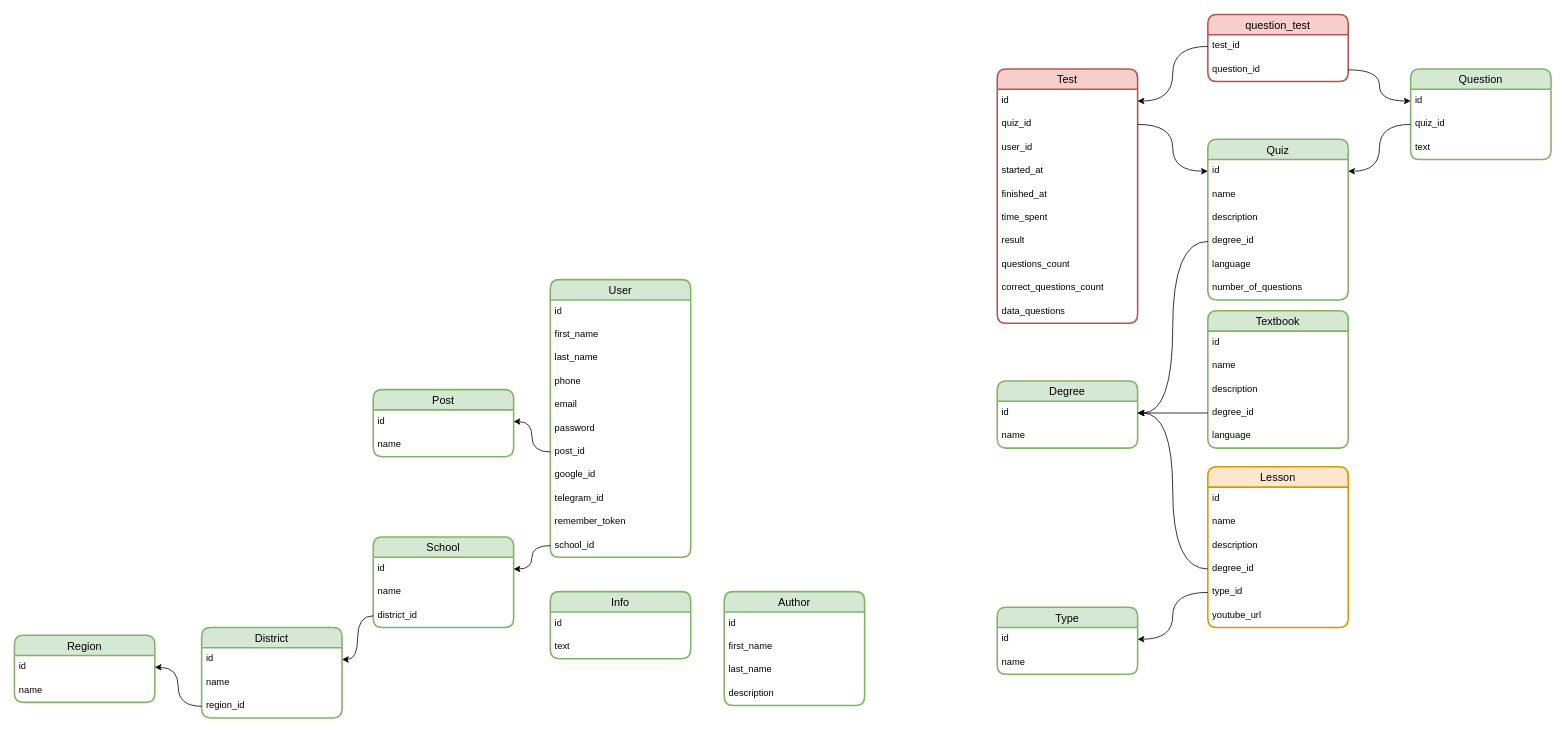
Above: karsoft-learn-platform.drawio in iztileuoff/databases (draw.io), before the change. Source tidied: cells renumbered, new cells numbered last; positions are measured from the earlier drawing's top-left corner, leaving out a move shared by most shapes. Both pictures are drawn from the tidied source at 78%, with x=0, y=0 at pixel (14, 14).
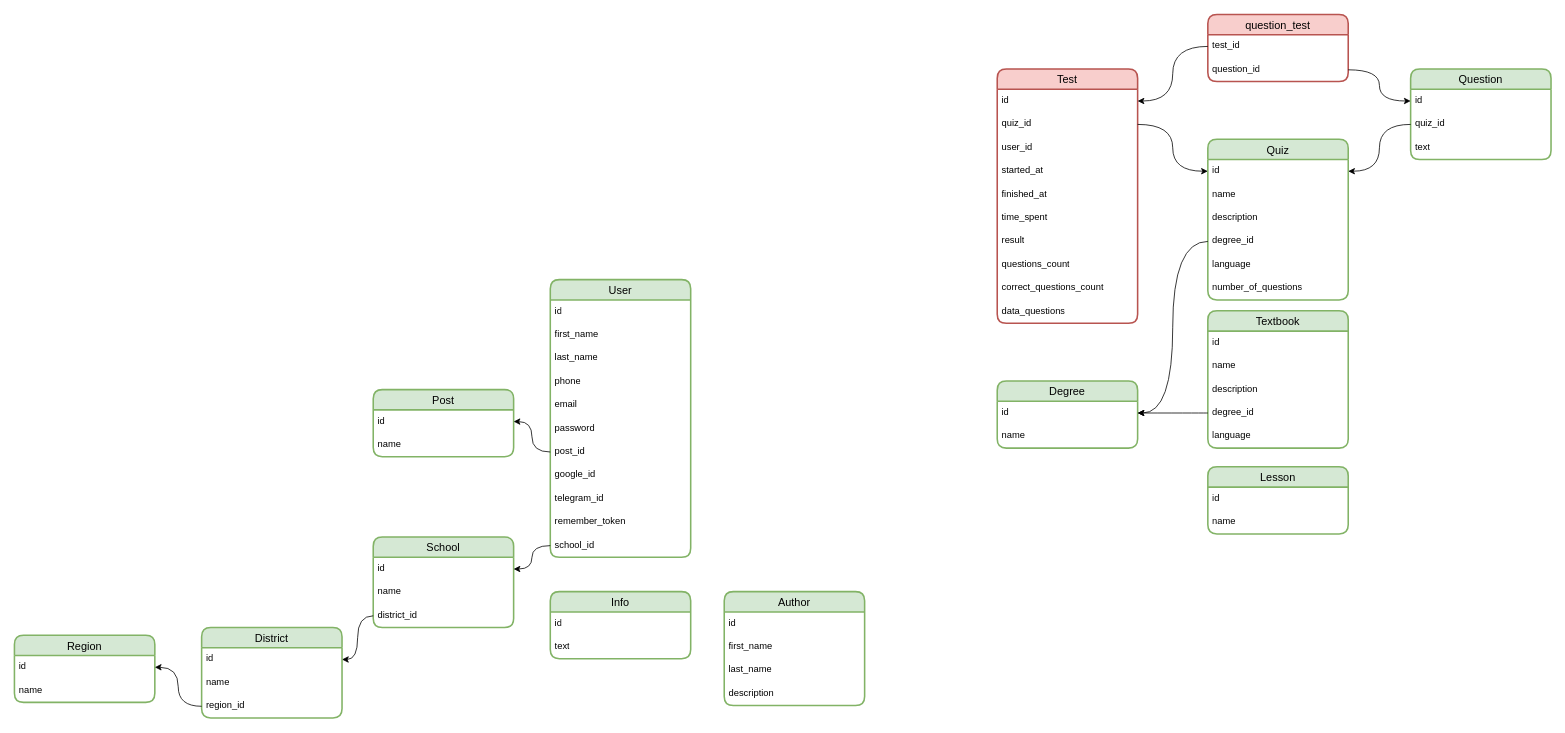
The same diagram, later.

Unchanged cells that the change refers to:
```xml
<mxCell id="63" value="id" style="text;strokeColor=none;fillColor=none;spacingLeft=4;spacingRight=4;overflow=hidden;points=[[0,0.5],[1,0.5]];portConstraint=eastwest;fontSize=12;whiteSpace=wrap;html=1;" parent="62" vertex="1">
  <mxGeometry y="26" width="180" height="30" as="geometry" />
</mxCell>
```

Diff of the diagram source:
```diff
@@
-    <mxCell id="52" value="Lesson" style="swimlane;fontStyle=0;horizontal=1;startSize=26;align=center;fontSize=14;strokeWidth=2;rounded=1;shadow=0;glass=0;swimlaneLine=1;labelBackgroundColor=none;labelBorderColor=none;textShadow=0;fillColor=#ffe6cc;strokeColor=#d79b00;" parent="1" vertex="1">
-      <mxGeometry x="1530" y="580" width="180" height="206" as="geometry" />
+    <mxCell id="52" value="Lesson" style="swimlane;fontStyle=0;horizontal=1;startSize=26;align=center;fontSize=14;strokeWidth=2;rounded=1;shadow=0;glass=0;swimlaneLine=1;labelBackgroundColor=none;labelBorderColor=none;textShadow=0;fillColor=#d5e8d4;strokeColor=#82b366;" parent="1" vertex="1">
+      <mxGeometry x="1530" y="580" width="180" height="86" as="geometry" />
     </mxCell>
@@
-    <mxCell id="55" value="description" style="text;strokeColor=none;fillColor=none;spacingLeft=4;spacingRight=4;overflow=hidden;fontSize=12;whiteSpace=wrap;html=1;" parent="52" vertex="1">
-      <mxGeometry y="86" width="180" height="30" as="geometry" />
-    </mxCell>
-    <mxCell id="56" value="degree_id" style="text;strokeColor=none;fillColor=none;spacingLeft=4;spacingRight=4;overflow=hidden;points=[[0,0.5],[1,0.5]];portConstraint=eastwest;fontSize=12;whiteSpace=wrap;html=1;" parent="52" vertex="1">
-      <mxGeometry y="116" width="180" height="30" as="geometry" />
-    </mxCell>
-    <mxCell id="57" value="type_id" style="text;strokeColor=none;fillColor=none;spacingLeft=4;spacingRight=4;overflow=hidden;points=[[0,0.5],[1,0.5]];portConstraint=eastwest;fontSize=12;whiteSpace=wrap;html=1;" parent="52" vertex="1">
-      <mxGeometry y="146" width="180" height="30" as="geometry" />
-    </mxCell>
-    <mxCell id="58" value="youtube_url" style="text;strokeColor=none;fillColor=none;spacingLeft=4;spacingRight=4;overflow=hidden;fontSize=12;whiteSpace=wrap;html=1;" parent="52" vertex="1">
-      <mxGeometry y="176" width="180" height="30" as="geometry" />
-    </mxCell>
@@
-    <mxCell id="67" style="edgeStyle=orthogonalEdgeStyle;rounded=0;jettySize=auto;html=1;entryX=1;entryY=0.5;entryDx=0;entryDy=0;curved=1;" parent="1" edge="1" source="56" target="63">
-      <mxGeometry relative="1" as="geometry" />
-    </mxCell>
@@
-    <mxCell id="88" value="Type" style="swimlane;fontStyle=0;horizontal=1;startSize=26;align=center;fontSize=14;strokeWidth=2;rounded=1;shadow=0;glass=0;swimlaneLine=1;labelBackgroundColor=none;labelBorderColor=none;textShadow=0;fillColor=#d5e8d4;strokeColor=#82b366;" parent="1" vertex="1">
-      <mxGeometry x="1260" y="760" width="180" height="86" as="geometry" />
-    </mxCell>
-    <mxCell id="89" value="id" style="text;strokeColor=none;fillColor=none;spacingLeft=4;spacingRight=4;overflow=hidden;points=[[0,0.5],[1,0.5]];portConstraint=eastwest;fontSize=12;whiteSpace=wrap;html=1;" parent="88" vertex="1">
-      <mxGeometry y="26" width="180" height="30" as="geometry" />
-    </mxCell>
-    <mxCell id="90" value="name" style="text;strokeColor=none;fillColor=none;spacingLeft=4;spacingRight=4;overflow=hidden;fontSize=12;whiteSpace=wrap;html=1;" parent="88" vertex="1">
-      <mxGeometry y="56" width="180" height="30" as="geometry" />
-    </mxCell>
-    <mxCell id="91" style="edgeStyle=orthogonalEdgeStyle;rounded=0;jettySize=auto;html=1;entryX=1;entryY=0.5;entryDx=0;entryDy=0;curved=1;" parent="1" edge="1" source="57" target="89">
-      <mxGeometry relative="1" as="geometry" />
-    </mxCell>
```
